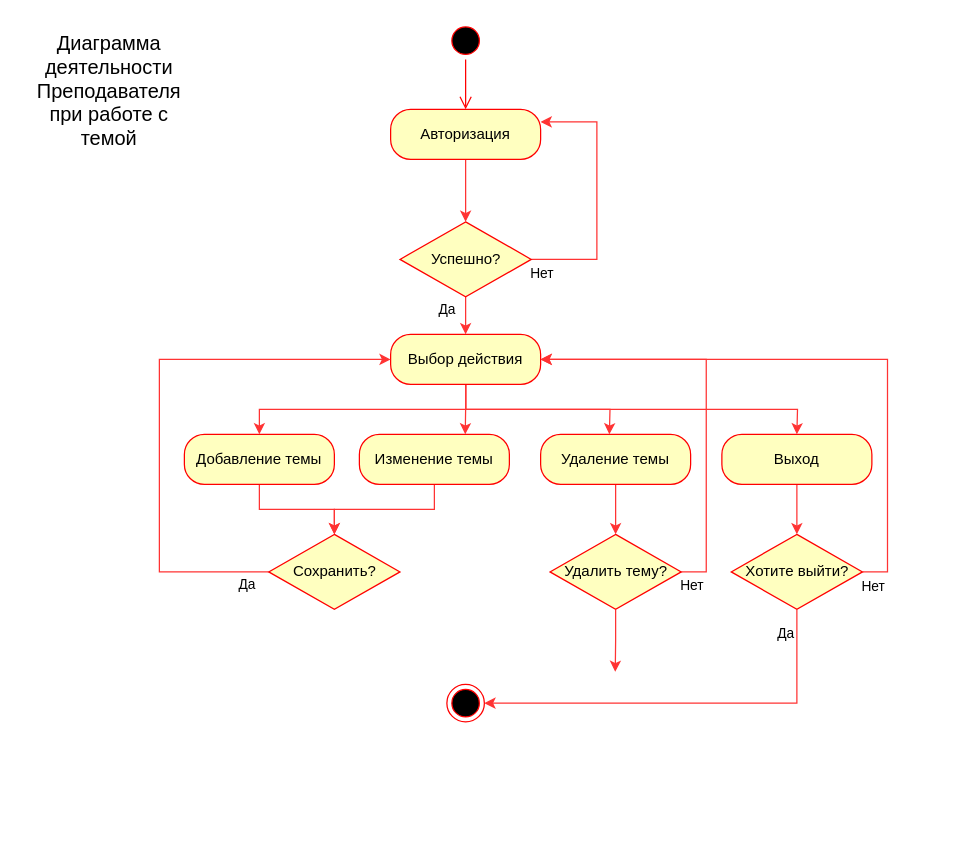
This is page "Activity Teacher - Course" (11 of 13) of UML.drawio from FaridunSalimzoda/myvkr, a draw.io file, before an edit. Source tidied: cells renumbered, new cells numbered last; positions are measured from the earlier drawing's top-left corner, leaving out a move shared by most shapes. Both pictures are drawn from the tidied source at 125%, with x=0, y=0 at pixel (21, 21).
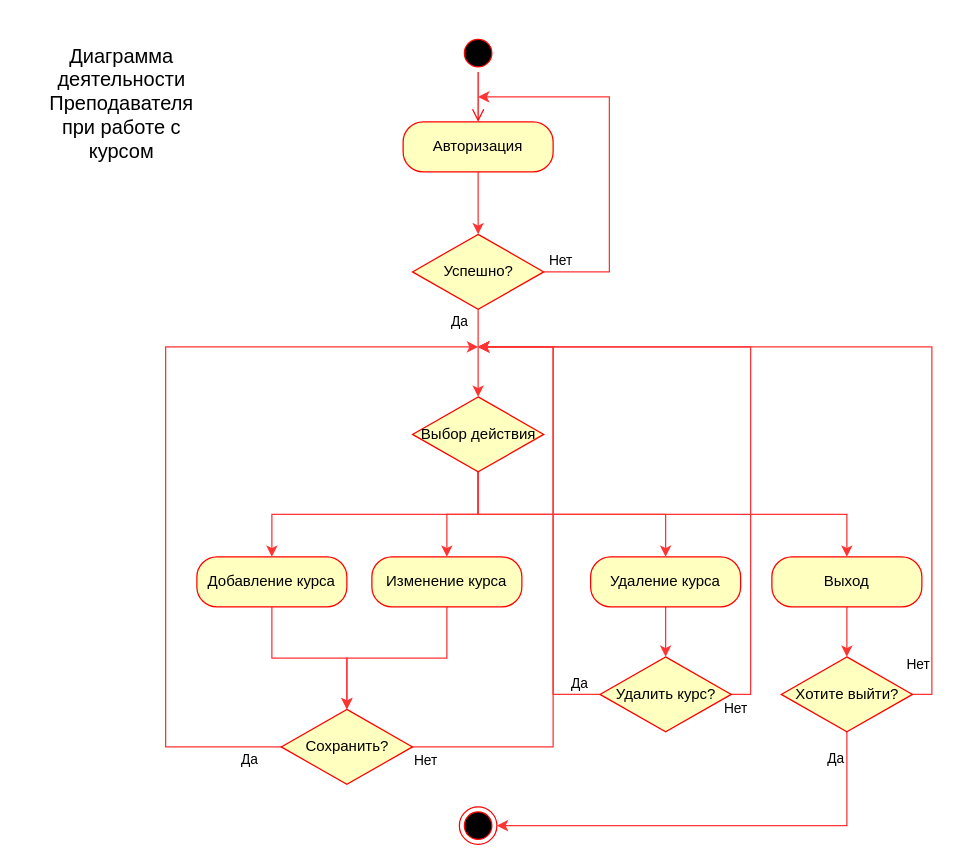
The same page after the edit.

Change to the diagram source:
```diff
@@
-    <mxCell id="2" style="ellipse;html=1;shape=startState;fillColor=#000000;strokeColor=#ff0000;" parent="1" vertex="1">
-      <mxGeometry x="340" width="30" height="30" as="geometry" />
-    </mxCell>
-    <mxCell id="3" style="edgeStyle=orthogonalEdgeStyle;html=1;verticalAlign=bottom;endArrow=open;endSize=8;strokeColor=#ff0000;entryX=0.5;entryY=0;entryDx=0;entryDy=0;entryPerimeter=0;" parent="1" edge="1" source="2" target="5">
-      <mxGeometry relative="1" as="geometry" />
-    </mxCell>
+    <mxCell id="36" style="ellipse;html=1;shape=startState;fillColor=#000000;strokeColor=#ff0000;" parent="1" vertex="1">
+      <mxGeometry x="350" y="10" width="30" height="30" as="geometry" />
+    </mxCell>
+    <mxCell id="37" style="edgeStyle=orthogonalEdgeStyle;html=1;verticalAlign=bottom;endArrow=open;endSize=8;strokeColor=#ff0000;entryX=0.5;entryY=0;entryDx=0;entryDy=0;entryPerimeter=0;" parent="1" edge="1" source="36" target="5">
+      <mxGeometry relative="1" as="geometry" />
+    </mxCell>
@@
     <mxCell id="5" value="Авторизация" style="rounded=1;whiteSpace=wrap;html=1;arcSize=40;fontColor=#000000;fillColor=#ffffc0;strokeColor=#ff0000;" parent="1" vertex="1">
-      <mxGeometry x="295" y="70" width="120" height="40" as="geometry" />
+      <mxGeometry x="305" y="80" width="120" height="40" as="geometry" />
     </mxCell>
-    <mxCell id="6" style="edgeStyle=orthogonalEdgeStyle;rounded=0;jettySize=auto;html=1;exitX=1;exitY=0.5;exitDx=0;exitDy=0;entryX=1;entryY=0.25;entryDx=0;entryDy=0;strokeColor=#FF3333;" parent="1" edge="1" source="9" target="5">
-      <mxGeometry relative="1" as="geometry">
-        <Array as="points">
-          <mxPoint x="460" y="190" />
-          <mxPoint x="460" y="80" />
-        </Array>
-      </mxGeometry>
-    </mxCell>
-    <mxCell id="7" value="Нет" style="edgeLabel;html=1;align=center;verticalAlign=middle;" parent="6" vertex="1">
-      <mxGeometry x="0.37" y="4" relative="1" as="geometry">
-        <mxPoint x="-41" y="100" as="offset" />
-      </mxGeometry>
-    </mxCell>
+    <mxCell id="38" style="edgeStyle=orthogonalEdgeStyle;rounded=0;jettySize=auto;html=1;exitX=1;exitY=0.5;exitDx=0;exitDy=0;strokeColor=#FF3333;" parent="1" edge="1" source="9">
+      <mxGeometry relative="1" as="geometry">
+        <mxPoint x="365" y="60" as="targetPoint" />
+        <Array as="points">
+          <mxPoint x="470" y="200" />
+          <mxPoint x="470" y="60" />
+          <mxPoint x="425" y="60" />
+        </Array>
+      </mxGeometry>
+    </mxCell>
+    <mxCell id="39" value="Нет" style="edgeLabel;html=1;align=center;verticalAlign=middle;" parent="38" vertex="1">
+      <mxGeometry x="0.37" y="4" relative="1" as="geometry">
+        <mxPoint x="-28" y="126" as="offset" />
+      </mxGeometry>
+    </mxCell>
-    <mxCell id="8" value="Да" style="edgeStyle=orthogonalEdgeStyle;rounded=0;jettySize=auto;html=1;exitX=0.5;exitY=1;exitDx=0;exitDy=0;strokeColor=#FF3333;entryX=0.5;entryY=0;entryDx=0;entryDy=0;" parent="1" edge="1" source="9" target="14">
-      <mxGeometry x="-0.33" y="-15" relative="1" as="geometry" />
+    <mxCell id="8" value="Да" style="edgeStyle=orthogonalEdgeStyle;rounded=0;jettySize=auto;html=1;exitX=0.5;exitY=1;exitDx=0;exitDy=0;strokeColor=#FF3333;entryX=0.5;entryY=0;entryDx=0;entryDy=0;" parent="1" edge="1" source="9">
+      <mxGeometry x="-0.71" y="-15" relative="1" as="geometry">
+        <mxPoint x="365" y="300" as="targetPoint" />
+      </mxGeometry>
     </mxCell>
     <mxCell id="9" value="Успешно?" style="rhombus;whiteSpace=wrap;html=1;fillColor=#ffffc0;strokeColor=#ff0000;" parent="1" vertex="1">
-      <mxGeometry x="302.5" y="160" width="105" height="60" as="geometry" />
+      <mxGeometry x="312.5" y="170" width="105" height="60" as="geometry" />
     </mxCell>
-    <mxCell id="10" style="edgeStyle=orthogonalEdgeStyle;rounded=0;jettySize=auto;html=1;exitX=0.5;exitY=1;exitDx=0;exitDy=0;strokeColor=#FF3333;" parent="1" edge="1" source="14">
-      <mxGeometry relative="1" as="geometry">
-        <mxPoint x="354.7" y="330" as="targetPoint" />
-      </mxGeometry>
-    </mxCell>
-    <mxCell id="11" style="edgeStyle=orthogonalEdgeStyle;rounded=0;jettySize=auto;html=1;exitX=0.5;exitY=1;exitDx=0;exitDy=0;strokeColor=#FF3333;" parent="1" edge="1" source="14">
-      <mxGeometry relative="1" as="geometry">
-        <mxPoint x="470" y="330" as="targetPoint" />
-      </mxGeometry>
-    </mxCell>
-    <mxCell id="12" style="edgeStyle=orthogonalEdgeStyle;rounded=0;jettySize=auto;html=1;exitX=0.5;exitY=1;exitDx=0;exitDy=0;strokeColor=#FF3333;" parent="1" edge="1" source="14">
-      <mxGeometry relative="1" as="geometry">
-        <mxPoint x="620" y="330" as="targetPoint" />
-      </mxGeometry>
-    </mxCell>
-    <mxCell id="13" style="edgeStyle=orthogonalEdgeStyle;rounded=0;jettySize=auto;html=1;exitX=0.5;exitY=1;exitDx=0;exitDy=0;entryX=0.5;entryY=0;entryDx=0;entryDy=0;strokeColor=#FF3333;" parent="1" edge="1" source="14" target="17">
-      <mxGeometry relative="1" as="geometry" />
-    </mxCell>
-    <mxCell id="14" value="Выбор действия" style="rounded=1;whiteSpace=wrap;html=1;arcSize=40;fontColor=#000000;fillColor=#ffffc0;strokeColor=#ff0000;" parent="1" vertex="1">
-      <mxGeometry x="295" y="250" width="120" height="40" as="geometry" />
-    </mxCell>
-    <mxCell id="15" value="&lt;font style=&quot;font-size: 16px&quot;&gt;Диаграмма деятельности Преподавателя&lt;br&gt;при работе с темой&lt;br&gt;&lt;/font&gt;" style="text;html=1;strokeColor=none;fillColor=none;align=center;verticalAlign=middle;whiteSpace=wrap;rounded=0;" parent="1" vertex="1">
-      <mxGeometry y="10" width="140" height="90" as="geometry" />
-    </mxCell>
-    <mxCell id="16" style="edgeStyle=orthogonalEdgeStyle;rounded=0;jettySize=auto;html=1;exitX=0.5;exitY=1;exitDx=0;exitDy=0;entryX=0.5;entryY=0;entryDx=0;entryDy=0;strokeColor=#FF3333;" parent="1" edge="1" source="17" target="25">
-      <mxGeometry relative="1" as="geometry" />
-    </mxCell>
-    <mxCell id="17" value="Добавление темы" style="rounded=1;whiteSpace=wrap;html=1;arcSize=40;fontColor=#000000;fillColor=#ffffc0;strokeColor=#ff0000;" parent="1" vertex="1">
-      <mxGeometry x="130" y="330" width="120" height="40" as="geometry" />
-    </mxCell>
-    <mxCell id="18" style="edgeStyle=orthogonalEdgeStyle;rounded=0;jettySize=auto;html=1;exitX=0.5;exitY=1;exitDx=0;exitDy=0;entryX=0.5;entryY=0;entryDx=0;entryDy=0;strokeColor=#FF3333;" parent="1" edge="1" source="19" target="25">
-      <mxGeometry relative="1" as="geometry" />
-    </mxCell>
-    <mxCell id="19" value="Изменение темы" style="rounded=1;whiteSpace=wrap;html=1;arcSize=40;fontColor=#000000;fillColor=#ffffc0;strokeColor=#ff0000;" parent="1" vertex="1">
-      <mxGeometry x="270" y="330" width="120" height="40" as="geometry" />
-    </mxCell>
-    <mxCell id="20" style="edgeStyle=orthogonalEdgeStyle;rounded=0;jettySize=auto;html=1;exitX=0.5;exitY=1;exitDx=0;exitDy=0;strokeColor=#FF3333;entryX=0.5;entryY=0;entryDx=0;entryDy=0;" parent="1" edge="1" source="21" target="29">
-      <mxGeometry relative="1" as="geometry" />
-    </mxCell>
-    <mxCell id="21" value="Удаление темы" style="rounded=1;whiteSpace=wrap;html=1;arcSize=40;fontColor=#000000;fillColor=#ffffc0;strokeColor=#ff0000;" parent="1" vertex="1">
-      <mxGeometry x="415" y="330" width="120" height="40" as="geometry" />
-    </mxCell>
+    <mxCell id="40" value="&lt;font style=&quot;font-size: 16px&quot;&gt;Диаграмма деятельности Преподавателя&lt;br&gt;при работе с курсом&lt;br&gt;&lt;/font&gt;" style="text;html=1;strokeColor=none;fillColor=none;align=center;verticalAlign=middle;whiteSpace=wrap;rounded=0;" parent="1" vertex="1">
+      <mxGeometry x="10" y="20" width="140" height="90" as="geometry" />
+    </mxCell>
+    <mxCell id="41" style="edgeStyle=orthogonalEdgeStyle;rounded=0;jettySize=auto;html=1;exitX=0.5;exitY=1;exitDx=0;exitDy=0;entryX=0.5;entryY=0;entryDx=0;entryDy=0;strokeColor=#FF3333;" parent="1" edge="1" source="42" target="25">
+      <mxGeometry relative="1" as="geometry" />
+    </mxCell>
+    <mxCell id="42" value="Добавление курса" style="rounded=1;whiteSpace=wrap;html=1;arcSize=40;fontColor=#000000;fillColor=#ffffc0;strokeColor=#ff0000;" parent="1" vertex="1">
+      <mxGeometry x="140" y="428" width="120" height="40" as="geometry" />
+    </mxCell>
+    <mxCell id="43" style="edgeStyle=orthogonalEdgeStyle;rounded=0;jettySize=auto;html=1;exitX=0.5;exitY=1;exitDx=0;exitDy=0;entryX=0.5;entryY=0;entryDx=0;entryDy=0;strokeColor=#FF3333;" parent="1" edge="1" source="44" target="25">
+      <mxGeometry relative="1" as="geometry" />
+    </mxCell>
+    <mxCell id="44" value="Изменение курса" style="rounded=1;whiteSpace=wrap;html=1;arcSize=40;fontColor=#000000;fillColor=#ffffc0;strokeColor=#ff0000;" parent="1" vertex="1">
+      <mxGeometry x="280" y="428" width="120" height="40" as="geometry" />
+    </mxCell>
+    <mxCell id="45" style="edgeStyle=orthogonalEdgeStyle;rounded=0;jettySize=auto;html=1;exitX=0.5;exitY=1;exitDx=0;exitDy=0;strokeColor=#FF3333;entryX=0.5;entryY=0;entryDx=0;entryDy=0;" parent="1" edge="1" source="46" target="54">
+      <mxGeometry relative="1" as="geometry" />
+    </mxCell>
+    <mxCell id="46" value="Удаление курса" style="rounded=1;whiteSpace=wrap;html=1;arcSize=40;fontColor=#000000;fillColor=#ffffc0;strokeColor=#ff0000;" parent="1" vertex="1">
+      <mxGeometry x="455" y="428" width="120" height="40" as="geometry" />
+    </mxCell>
@@
     <mxCell id="23" value="Выход" style="rounded=1;whiteSpace=wrap;html=1;arcSize=40;fontColor=#000000;fillColor=#ffffc0;strokeColor=#ff0000;" parent="1" vertex="1">
-      <mxGeometry x="560" y="330" width="120" height="40" as="geometry" />
+      <mxGeometry x="600" y="428" width="120" height="40" as="geometry" />
     </mxCell>
-    <mxCell id="24" value="Да" style="edgeStyle=orthogonalEdgeStyle;rounded=0;jettySize=auto;html=1;exitX=0;exitY=0.5;exitDx=0;exitDy=0;entryX=0;entryY=0.5;entryDx=0;entryDy=0;strokeColor=#FF3333;" parent="1" edge="1" source="25" target="14">
-      <mxGeometry x="-0.92" y="10" relative="1" as="geometry">
-        <Array as="points">
-          <mxPoint x="110" y="440" />
-          <mxPoint x="110" y="270" />
-        </Array>
-      </mxGeometry>
-    </mxCell>
+    <mxCell id="47" value="Да" style="edgeStyle=orthogonalEdgeStyle;rounded=0;orthogonalLoop=1;jettySize=auto;html=1;exitX=0;exitY=0.5;exitDx=0;exitDy=0;strokeColor=#FF3333;" parent="1" edge="1">
+      <mxGeometry x="-0.92" y="10" relative="1" as="geometry">
+        <mxPoint x="208.5" y="580" as="sourcePoint" />
+        <mxPoint x="365" y="260" as="targetPoint" />
+        <Array as="points">
+          <mxPoint x="115" y="580" />
+          <mxPoint x="115" y="260" />
+        </Array>
+      </mxGeometry>
+    </mxCell>
+    <mxCell id="48" style="edgeStyle=orthogonalEdgeStyle;rounded=0;orthogonalLoop=1;jettySize=auto;html=1;exitX=1;exitY=0.5;exitDx=0;exitDy=0;strokeColor=#FF3333;" parent="1" edge="1">
+      <mxGeometry relative="1" as="geometry">
+        <mxPoint x="307.5" y="580" as="sourcePoint" />
+        <mxPoint x="365" y="260" as="targetPoint" />
+        <Array as="points">
+          <mxPoint x="425" y="580" />
+          <mxPoint x="425" y="260" />
+        </Array>
+      </mxGeometry>
+    </mxCell>
+    <mxCell id="49" value="Нет" style="edgeLabel;html=1;align=center;verticalAlign=middle;" parent="48" vertex="1">
+      <mxGeometry x="-0.84" relative="1" as="geometry">
+        <mxPoint x="-25" y="10" as="offset" />
+      </mxGeometry>
+    </mxCell>
     <mxCell id="25" value="Сохранить?" style="rhombus;whiteSpace=wrap;html=1;fillColor=#ffffc0;strokeColor=#ff0000;" parent="1" vertex="1">
-      <mxGeometry x="197.5" y="410" width="105" height="60" as="geometry" />
+      <mxGeometry x="207.5" y="550" width="105" height="60" as="geometry" />
     </mxCell>
-    <mxCell id="26" style="edgeStyle=orthogonalEdgeStyle;rounded=0;jettySize=auto;html=1;exitX=0.5;exitY=1;exitDx=0;exitDy=0;strokeColor=#FF3333;" parent="1" edge="1" source="29">
-      <mxGeometry relative="1" as="geometry">
-        <mxPoint x="474.7" y="520" as="targetPoint" />
-      </mxGeometry>
-    </mxCell>
-    <mxCell id="27" style="edgeStyle=orthogonalEdgeStyle;rounded=0;jettySize=auto;html=1;exitX=1;exitY=0.5;exitDx=0;exitDy=0;entryX=1;entryY=0.5;entryDx=0;entryDy=0;strokeColor=#FF3333;" parent="1" edge="1" source="29" target="14">
-      <mxGeometry relative="1" as="geometry" />
-    </mxCell>
-    <mxCell id="28" value="Нет" style="edgeLabel;html=1;align=center;verticalAlign=middle;" parent="27" vertex="1">
-      <mxGeometry x="-0.44" y="-2" relative="1" as="geometry">
-        <mxPoint x="-14" y="80" as="offset" />
-      </mxGeometry>
-    </mxCell>
-    <mxCell id="29" value="Удалить тему?" style="rhombus;whiteSpace=wrap;html=1;fillColor=#ffffc0;strokeColor=#ff0000;" parent="1" vertex="1">
-      <mxGeometry x="422.5" y="410" width="105" height="60" as="geometry" />
-    </mxCell>
-    <mxCell id="30" style="ellipse;html=1;shape=endState;fillColor=#000000;strokeColor=#ff0000;" parent="1" vertex="1">
-      <mxGeometry x="340" y="530" width="30" height="30" as="geometry" />
-    </mxCell>
-    <mxCell id="31" style="edgeStyle=orthogonalEdgeStyle;rounded=0;jettySize=auto;html=1;exitX=0.5;exitY=1;exitDx=0;exitDy=0;entryX=1;entryY=0.5;entryDx=0;entryDy=0;strokeColor=#FF3333;" parent="1" edge="1" source="35" target="30">
-      <mxGeometry relative="1" as="geometry" />
-    </mxCell>
-    <mxCell id="32" value="Да" style="edgeLabel;html=1;align=center;verticalAlign=middle;" parent="31" vertex="1">
-      <mxGeometry x="-0.89" y="3" relative="1" as="geometry">
-        <mxPoint x="-13" as="offset" />
-      </mxGeometry>
-    </mxCell>
-    <mxCell id="33" style="edgeStyle=orthogonalEdgeStyle;rounded=0;jettySize=auto;html=1;exitX=1;exitY=0.5;exitDx=0;exitDy=0;entryX=1;entryY=0.5;entryDx=0;entryDy=0;strokeColor=#FF3333;" parent="1" edge="1" source="35" target="14">
-      <mxGeometry relative="1" as="geometry" />
-    </mxCell>
-    <mxCell id="34" value="Нет" style="edgeLabel;html=1;align=center;verticalAlign=middle;" parent="33" vertex="1">
-      <mxGeometry x="-0.63" y="-1" relative="1" as="geometry">
-        <mxPoint x="-13" y="77" as="offset" />
-      </mxGeometry>
-    </mxCell>
+    <mxCell id="50" style="edgeStyle=orthogonalEdgeStyle;rounded=0;jettySize=auto;html=1;exitX=0;exitY=0.5;exitDx=0;exitDy=0;strokeColor=#FF3333;" parent="1" edge="1" source="54">
+      <mxGeometry relative="1" as="geometry">
+        <mxPoint x="365" y="260" as="targetPoint" />
+        <Array as="points">
+          <mxPoint x="425" y="538" />
+          <mxPoint x="425" y="260" />
+        </Array>
+      </mxGeometry>
+    </mxCell>
+    <mxCell id="51" value="Да" style="edgeLabel;html=1;align=center;verticalAlign=middle;" parent="50" vertex="1">
+      <mxGeometry x="-0.81" y="-1" relative="1" as="geometry">
+        <mxPoint x="19" y="-9" as="offset" />
+      </mxGeometry>
+    </mxCell>
+    <mxCell id="52" style="edgeStyle=orthogonalEdgeStyle;rounded=0;orthogonalLoop=1;jettySize=auto;html=1;exitX=1;exitY=0.5;exitDx=0;exitDy=0;strokeColor=#FF3333;" parent="1" edge="1">
+      <mxGeometry relative="1" as="geometry">
+        <mxPoint x="562.5" y="538" as="sourcePoint" />
+        <mxPoint x="365" y="260" as="targetPoint" />
+        <Array as="points">
+          <mxPoint x="583" y="538" />
+          <mxPoint x="583" y="260" />
+        </Array>
+      </mxGeometry>
+    </mxCell>
+    <mxCell id="53" value="Нет" style="edgeLabel;html=1;align=center;verticalAlign=middle;" parent="52" vertex="1">
+      <mxGeometry x="-0.44" y="-2" relative="1" as="geometry">
+        <mxPoint x="-15" y="135" as="offset" />
+      </mxGeometry>
+    </mxCell>
+    <mxCell id="54" value="Удалить курс?" style="rhombus;whiteSpace=wrap;html=1;fillColor=#ffffc0;strokeColor=#ff0000;" parent="1" vertex="1">
+      <mxGeometry x="462.5" y="508" width="105" height="60" as="geometry" />
+    </mxCell>
+    <mxCell id="55" style="ellipse;html=1;shape=endState;fillColor=#000000;strokeColor=#ff0000;" parent="1" vertex="1">
+      <mxGeometry x="350" y="628" width="30" height="30" as="geometry" />
+    </mxCell>
+    <mxCell id="56" style="edgeStyle=orthogonalEdgeStyle;rounded=0;jettySize=auto;html=1;exitX=0.5;exitY=1;exitDx=0;exitDy=0;entryX=1;entryY=0.5;entryDx=0;entryDy=0;strokeColor=#FF3333;" parent="1" edge="1" source="35" target="55">
+      <mxGeometry relative="1" as="geometry" />
+    </mxCell>
+    <mxCell id="57" value="Да" style="edgeLabel;html=1;align=center;verticalAlign=middle;" parent="56" vertex="1">
+      <mxGeometry x="-0.89" y="3" relative="1" as="geometry">
+        <mxPoint x="-13" as="offset" />
+      </mxGeometry>
+    </mxCell>
+    <mxCell id="58" style="edgeStyle=orthogonalEdgeStyle;rounded=0;orthogonalLoop=1;jettySize=auto;html=1;exitX=1;exitY=0.5;exitDx=0;exitDy=0;strokeColor=#FF3333;" parent="1" edge="1">
+      <mxGeometry relative="1" as="geometry">
+        <mxPoint x="707.5" y="538" as="sourcePoint" />
+        <mxPoint x="365" y="260" as="targetPoint" />
+        <Array as="points">
+          <mxPoint x="728" y="538" />
+          <mxPoint x="728" y="260" />
+        </Array>
+      </mxGeometry>
+    </mxCell>
+    <mxCell id="59" value="Нет" style="edgeLabel;html=1;align=center;verticalAlign=middle;" parent="58" vertex="1">
+      <mxGeometry x="-0.63" y="-1" relative="1" as="geometry">
+        <mxPoint x="-13" y="77" as="offset" />
+      </mxGeometry>
+    </mxCell>
     <mxCell id="35" value="Хотите выйти?" style="rhombus;whiteSpace=wrap;html=1;fillColor=#ffffc0;strokeColor=#ff0000;" parent="1" vertex="1">
-      <mxGeometry x="567.5" y="410" width="105" height="60" as="geometry" />
+      <mxGeometry x="607.5" y="508" width="105" height="60" as="geometry" />
     </mxCell>
+    <mxCell id="60" style="edgeStyle=orthogonalEdgeStyle;rounded=0;jettySize=auto;html=1;exitX=0.5;exitY=1;exitDx=0;exitDy=0;strokeColor=#FF3333;" parent="1" edge="1" source="14" target="44">
+      <mxGeometry relative="1" as="geometry" />
+    </mxCell>
+    <mxCell id="61" style="edgeStyle=orthogonalEdgeStyle;rounded=0;jettySize=auto;html=1;exitX=0.5;exitY=1;exitDx=0;exitDy=0;entryX=0.5;entryY=0;entryDx=0;entryDy=0;strokeColor=#FF3333;" parent="1" edge="1" source="14" target="46">
+      <mxGeometry relative="1" as="geometry" />
+    </mxCell>
+    <mxCell id="62" style="edgeStyle=orthogonalEdgeStyle;rounded=0;jettySize=auto;html=1;exitX=0.5;exitY=1;exitDx=0;exitDy=0;strokeColor=#FF3333;" parent="1" edge="1" source="14" target="23">
+      <mxGeometry relative="1" as="geometry" />
+    </mxCell>
+    <mxCell id="63" style="edgeStyle=orthogonalEdgeStyle;rounded=0;jettySize=auto;html=1;exitX=0.5;exitY=1;exitDx=0;exitDy=0;entryX=0.5;entryY=0;entryDx=0;entryDy=0;strokeColor=#FF3333;" parent="1" edge="1" source="14" target="42">
+      <mxGeometry relative="1" as="geometry" />
+    </mxCell>
+    <mxCell id="14" value="Выбор действия" style="rhombus;whiteSpace=wrap;html=1;fillColor=#ffffc0;strokeColor=#ff0000;" parent="1" vertex="1">
+      <mxGeometry x="312.5" y="300" width="105" height="60" as="geometry" />
+    </mxCell>
```
